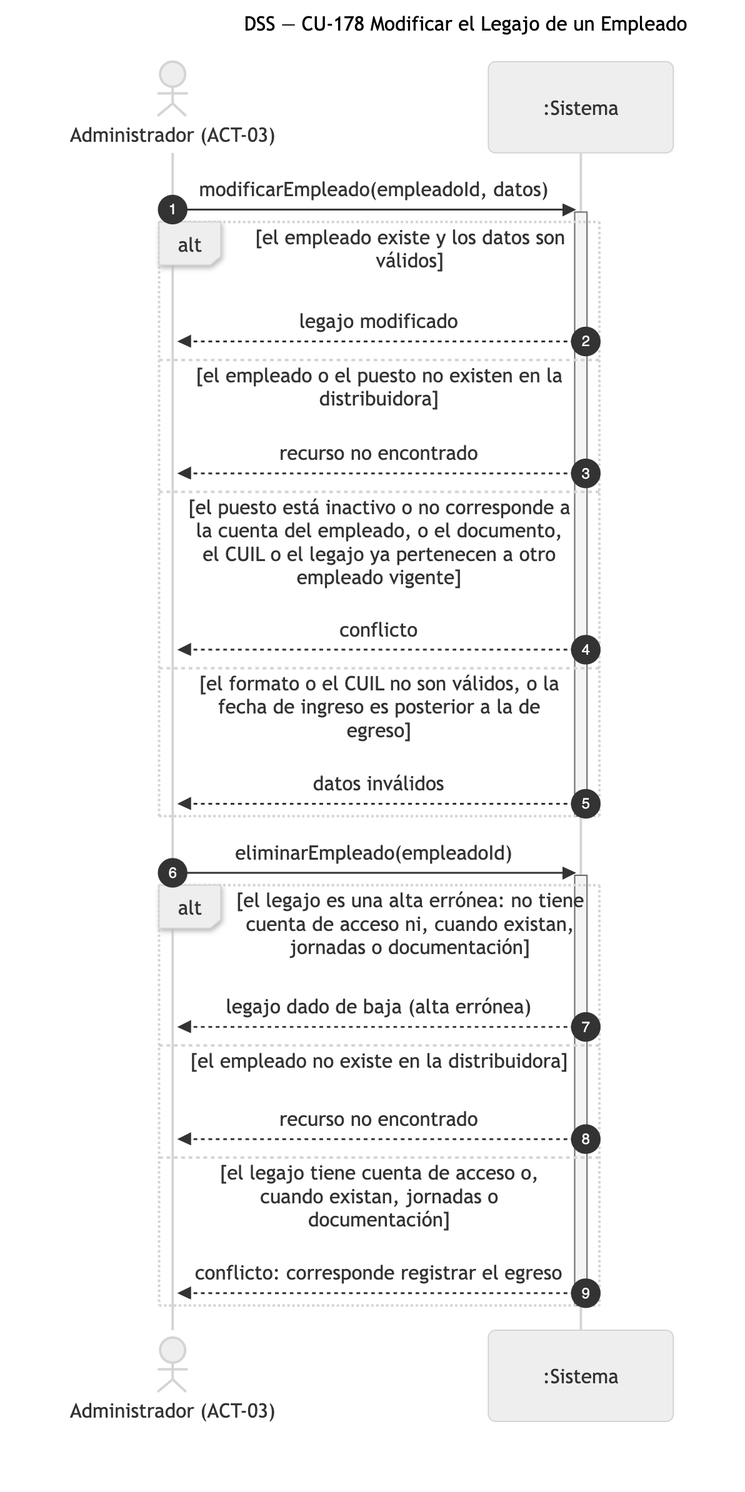
Before: diagramas/png/DSS_CU-178_Modificar-el-Legajo-de-un-Empleado.png, a diagram exported from Mermaid (Nahuelito-Dev/splg-docs). Its source is kept beside it as diagramas/DSS_CU-178_Modificar-el-Legajo-de-un-Empleado.mmd.
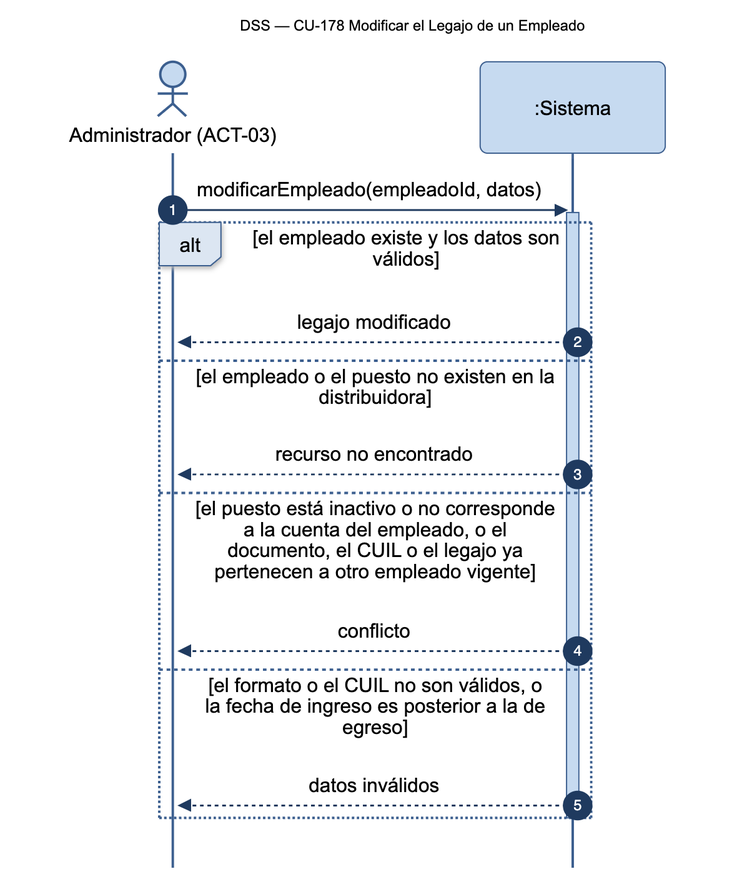
The same diagram one commit later.

Change to the diagram source:
```diff
@@ -16,14 +16,3 @@
         SIS-->>ADM: datos inválidos
     end
     deactivate SIS
-
-    ADM->>SIS: eliminarEmpleado(empleadoId)
-    activate SIS
-    alt el legajo es una alta errónea: no tiene cuenta de acceso ni, cuando existan, jornadas o documentación
-        SIS-->>ADM: legajo dado de baja (alta errónea)
-    else el empleado no existe en la distribuidora
-        SIS-->>ADM: recurso no encontrado
-    else el legajo tiene cuenta de acceso o, cuando existan, jornadas o documentación
-        SIS-->>ADM: conflicto: corresponde registrar el egreso
-    end
-    deactivate SIS
```
